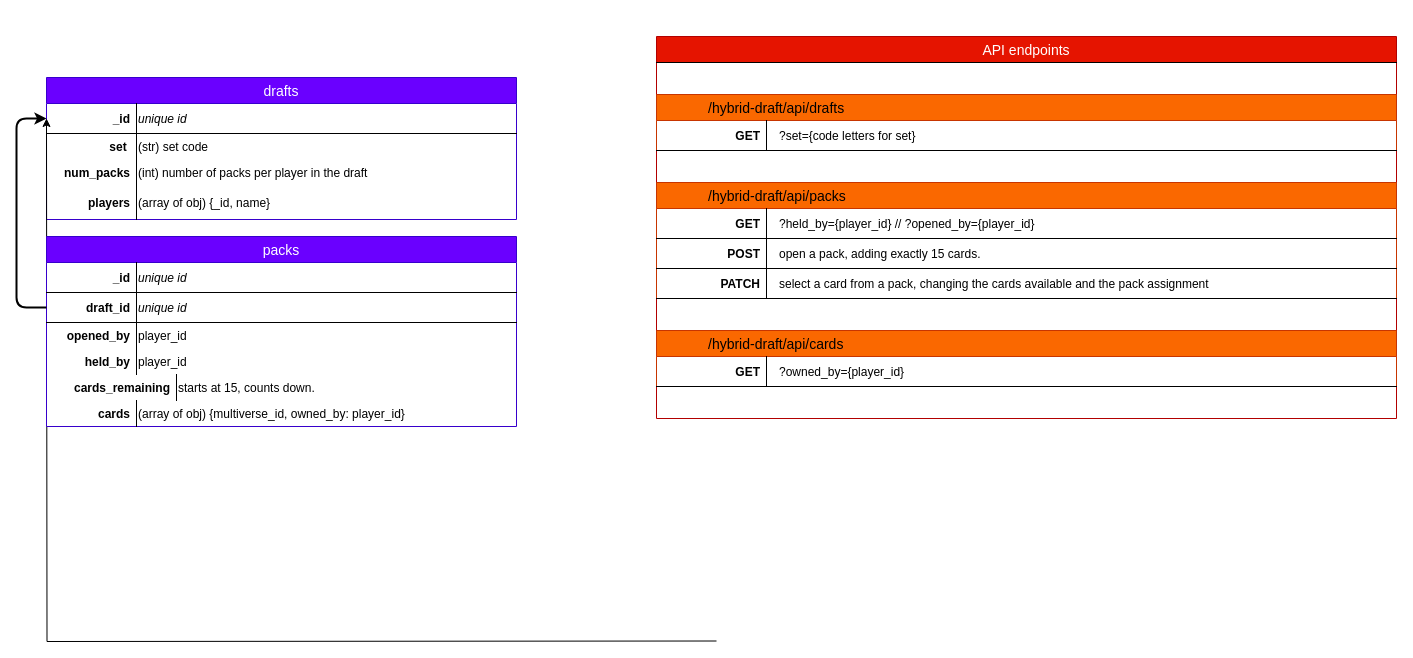
Before: data/flowchart.drawio in dougc89/mtg-hybrid-draft, a draw.io diagram. Source tidied: cells renumbered, new cells numbered last; positions are measured from the earlier drawing's top-left corner, leaving out a move shared by most shapes. Both pictures are drawn from the tidied source at 100%, with x=0, y=0 at pixel (16, 36).
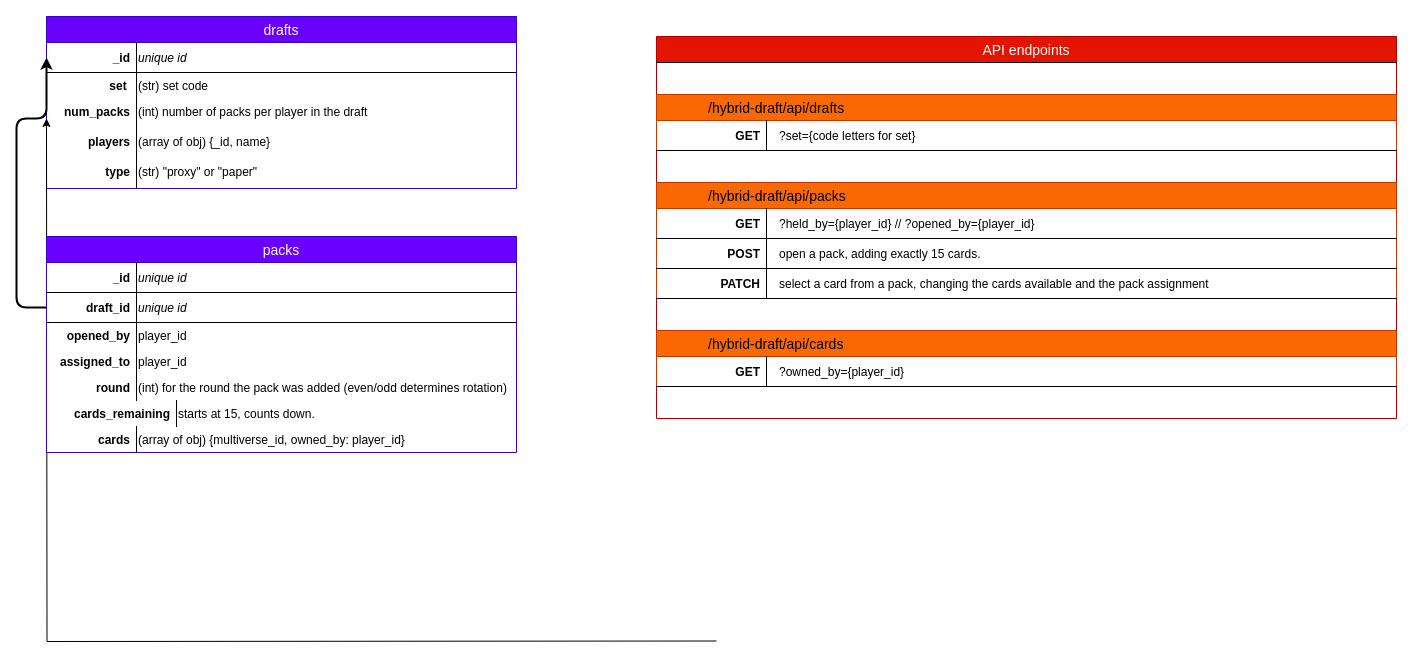
After the change.

The change refers to these unchanged cells:
```xml
<mxCell id="37" value="player_id" style="shape=partialRectangle;top=0;left=0;right=0;bottom=0;align=left;verticalAlign=top;fillColor=none;spacingLeft=90;spacingRight=4;overflow=hidden;fontSize=12;fontColor=#000000;" parent="30" vertex="1">
  <mxGeometry y="112" width="470" height="26" as="geometry" />
</mxCell>
```

Change to the diagram source:
```diff
@@
     <mxCell id="2" value="drafts" style="swimlane;fontStyle=0;horizontal=1;startSize=26;fillColor=#6a00ff;swimlaneFillColor=#ffffff;align=center;fontSize=14;strokeColor=#3700CC;fontColor=#FFFFFF;" parent="1" vertex="1">
-      <mxGeometry x="30" y="41" width="470" height="142" as="geometry" />
+      <mxGeometry x="30" y="-20" width="470" height="172" as="geometry" />
     </mxCell>
@@
+    <mxCell id="44" value="(array of obj) {_id, name}" style="shape=partialRectangle;top=0;left=0;right=0;bottom=0;align=left;verticalAlign=top;spacingLeft=90;spacingRight=4;overflow=hidden;fontSize=12;fillColor=none;fontColor=#000000;" parent="2" vertex="1">
+      <mxGeometry y="112" width="470" height="30" as="geometry" />
+    </mxCell>
+    <mxCell id="45" value="players" style="shape=partialRectangle;top=0;left=0;bottom=0;fillColor=none;align=right;verticalAlign=top;spacingLeft=4;spacingRight=4;overflow=hidden;fontSize=12;fontColor=#000000;fontStyle=1;" parent="44" vertex="1">
+      <mxGeometry width="90" height="30" as="geometry" />
+    </mxCell>
-    <mxCell id="9" value="(array of obj) {_id, name}" style="shape=partialRectangle;top=0;left=0;right=0;bottom=0;align=left;verticalAlign=top;spacingLeft=90;spacingRight=4;overflow=hidden;fontSize=12;fillColor=none;fontColor=#000000;" parent="2" vertex="1">
-      <mxGeometry y="112" width="470" height="30" as="geometry" />
+    <mxCell id="9" value="(str) &quot;proxy&quot; or &quot;paper&quot;" style="shape=partialRectangle;top=0;left=0;right=0;bottom=0;align=left;verticalAlign=top;spacingLeft=90;spacingRight=4;overflow=hidden;fontSize=12;fillColor=none;fontColor=#000000;" parent="2" vertex="1">
+      <mxGeometry y="142" width="470" height="30" as="geometry" />
     </mxCell>
-    <mxCell id="10" value="players" style="shape=partialRectangle;top=0;left=0;bottom=0;fillColor=none;align=right;verticalAlign=top;spacingLeft=4;spacingRight=4;overflow=hidden;fontSize=12;fontColor=#000000;fontStyle=1;" parent="9" vertex="1">
+    <mxCell id="10" value="type" style="shape=partialRectangle;top=0;left=0;bottom=0;fillColor=none;align=right;verticalAlign=top;spacingLeft=4;spacingRight=4;overflow=hidden;fontSize=12;fontColor=#000000;fontStyle=1;" parent="9" vertex="1">
       <mxGeometry width="90" height="30" as="geometry" />
     </mxCell>
@@
     <mxCell id="30" value="packs" style="swimlane;fontStyle=0;horizontal=1;startSize=26;fillColor=#6a00ff;swimlaneFillColor=#ffffff;align=center;fontSize=14;strokeColor=#3700CC;fontColor=#FFFFFF;" parent="1" vertex="1">
-      <mxGeometry x="30" y="200" width="470" height="190" as="geometry" />
+      <mxGeometry x="30" y="200" width="470" height="216" as="geometry" />
     </mxCell>
@@
-    <mxCell id="38" value="held_by" style="shape=partialRectangle;top=0;left=0;bottom=0;fillColor=none;align=right;verticalAlign=top;spacingLeft=4;spacingRight=4;overflow=hidden;fontSize=12;fontColor=#000000;fontStyle=1;" parent="37" vertex="1">
+    <mxCell id="38" value="assigned_to" style="shape=partialRectangle;top=0;left=0;bottom=0;fillColor=none;align=right;verticalAlign=top;spacingLeft=4;spacingRight=4;overflow=hidden;fontSize=12;fontColor=#000000;fontStyle=1;" parent="37" vertex="1">
       <mxGeometry width="90" height="26" as="geometry" />
     </mxCell>
+    <mxCell id="46" value="(int) for the round the pack was added (even/odd determines rotation)" style="shape=partialRectangle;top=0;left=0;right=0;bottom=0;align=left;verticalAlign=top;fillColor=none;spacingLeft=90;spacingRight=4;overflow=hidden;fontSize=12;fontColor=#000000;" parent="30" vertex="1">
+      <mxGeometry y="138" width="470" height="26" as="geometry" />
+    </mxCell>
+    <mxCell id="47" value="round" style="shape=partialRectangle;top=0;left=0;bottom=0;fillColor=none;align=right;verticalAlign=top;spacingLeft=4;spacingRight=4;overflow=hidden;fontSize=12;fontColor=#000000;fontStyle=1;" parent="46" vertex="1">
+      <mxGeometry width="90" height="26" as="geometry" />
+    </mxCell>
     <mxCell id="39" value="starts at 15, counts down." style="shape=partialRectangle;top=0;left=0;right=0;bottom=0;align=left;verticalAlign=top;fillColor=none;spacingLeft=130;spacingRight=4;overflow=hidden;fontSize=12;fontColor=#000000;" parent="30" vertex="1">
-      <mxGeometry y="138" width="470" height="26" as="geometry" />
+      <mxGeometry y="164" width="470" height="26" as="geometry" />
     </mxCell>
@@
     <mxCell id="41" value="(array of obj) {multiverse_id, owned_by: player_id}" style="shape=partialRectangle;top=0;left=0;right=0;bottom=0;align=left;verticalAlign=top;fillColor=none;spacingLeft=90;spacingRight=4;overflow=hidden;fontSize=12;fontColor=#000000;" parent="30" vertex="1">
-      <mxGeometry y="164" width="470" height="26" as="geometry" />
+      <mxGeometry y="190" width="470" height="26" as="geometry" />
     </mxCell>
```
